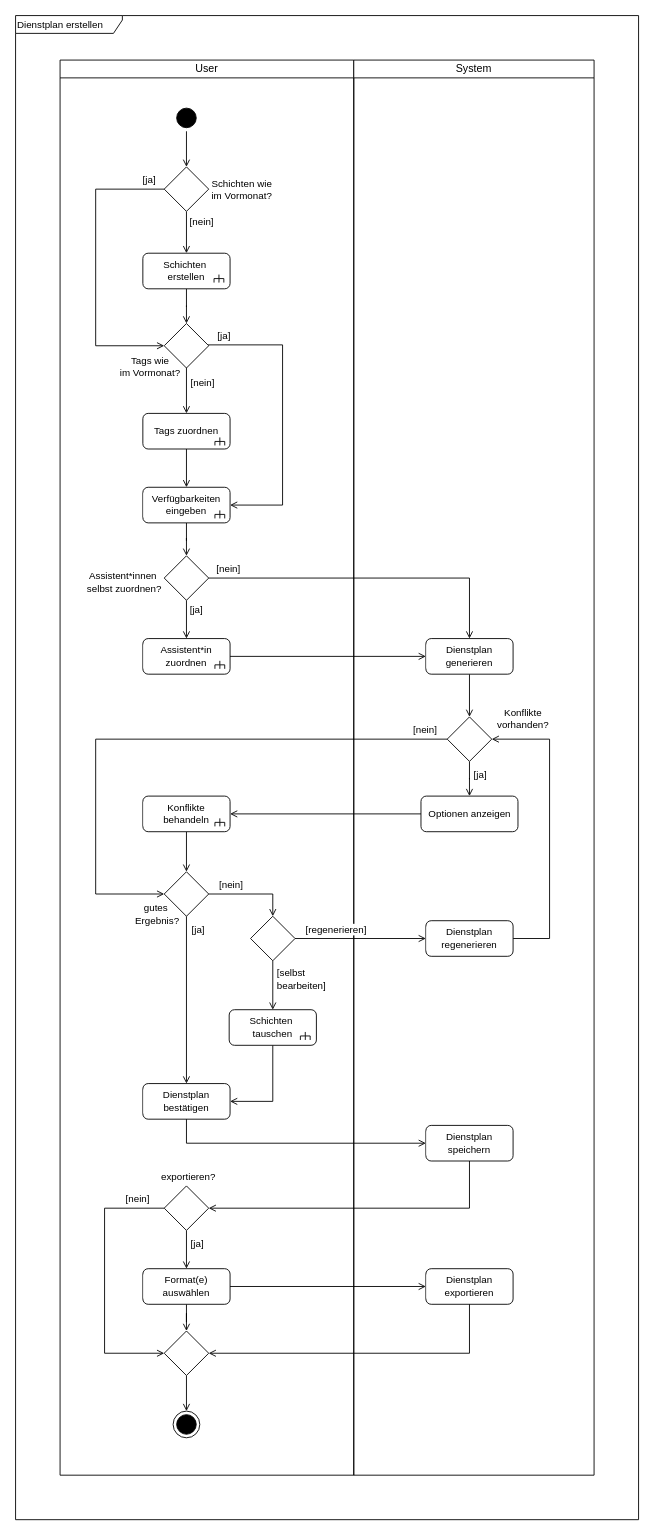
The draw.io diagram 4_Entwurf/4_UML/4_UML_Aktivitätsdiagramme/draw.io/ad_DienstplanErstellen.drawio in annikalenneper/praxisprojekt_mi_bachelor_SoSe24, before the edit. Source tidied: cells renumbered, new cells numbered last; positions are measured from the earlier drawing's top-left corner, leaving out a move shared by most shapes. Both pictures are drawn from the tidied source at 89%, with x=0, y=0 at pixel (15, 15).
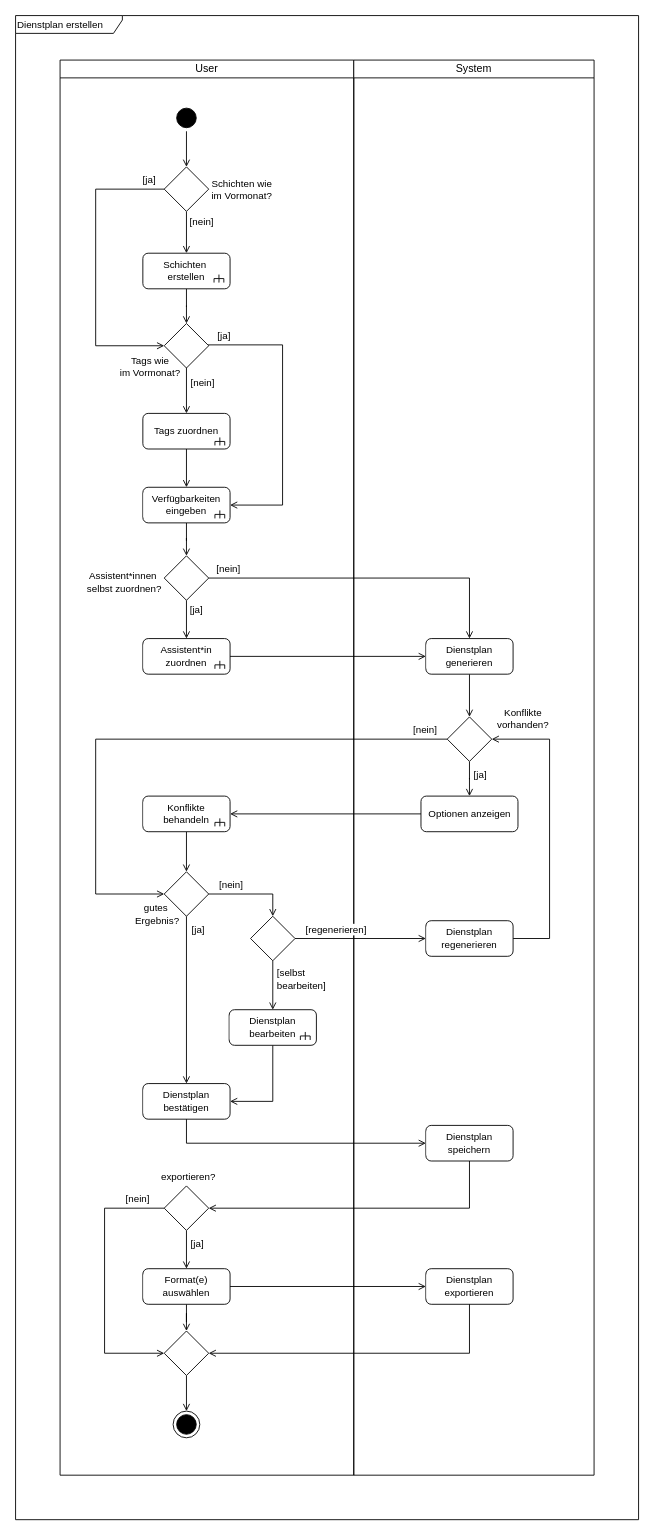
Above is the later version.

Commit message:
changed "switch shifts" to "edit work schedule" as call action (needs more options)

Unchanged cells that the change refers to:
```xml
<mxCell id="2" value="&lt;span style=&quot;font-weight: normal;&quot;&gt;User&lt;/span&gt;" style="swimlane;startSize=20;whiteSpace=wrap;html=1;" parent="1" vertex="1">
  <mxGeometry x="50" y="50" width="330" height="1590" as="geometry" />
</mxCell>
```

Change to the diagram source:
```diff
@@
-    <mxCell id="52" value="Schichten&amp;nbsp;&lt;div&gt;tauschen&lt;/div&gt;" style="rounded=1;whiteSpace=wrap;html=1;fontFamily=Helvetica;fontSize=11;fontColor=default;labelBackgroundColor=default;" parent="2" vertex="1">
+    <mxCell id="52" value="Dienstplan bearbeiten" style="rounded=1;whiteSpace=wrap;html=1;fontFamily=Helvetica;fontSize=11;fontColor=default;labelBackgroundColor=default;" parent="2" vertex="1">
       <mxGeometry x="190" y="1067" width="98" height="40" as="geometry" />
     </mxCell>
```
